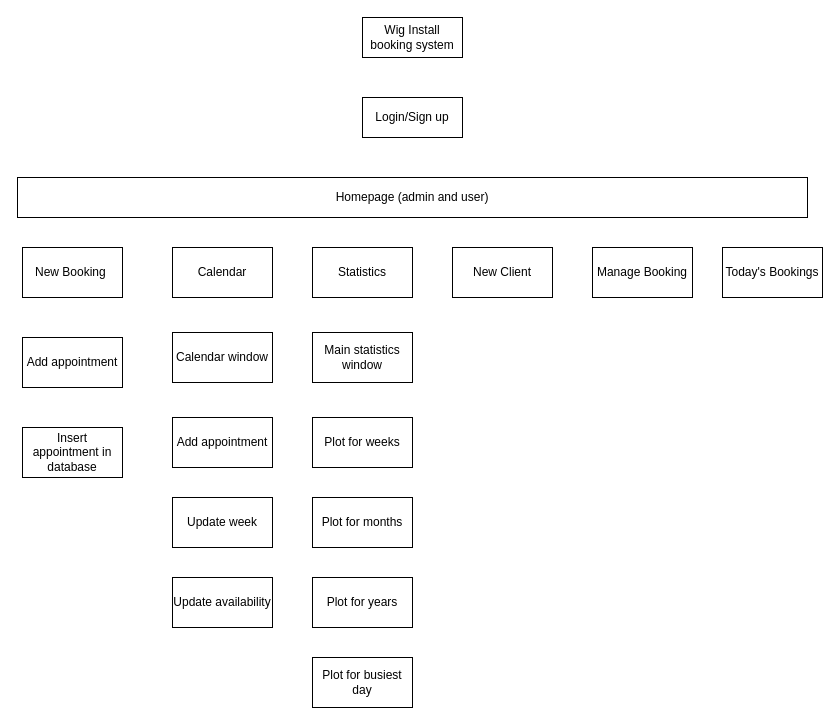
Earlier version of the draw.io diagram statediagram.drawio (B34427/ComputingProject). Source tidied: cells renumbered, new cells numbered last; positions are measured from the earlier drawing's top-left corner, leaving out a move shared by most shapes. Both pictures are drawn from the tidied source at 100%, with x=0, y=0 at pixel (17, 17).
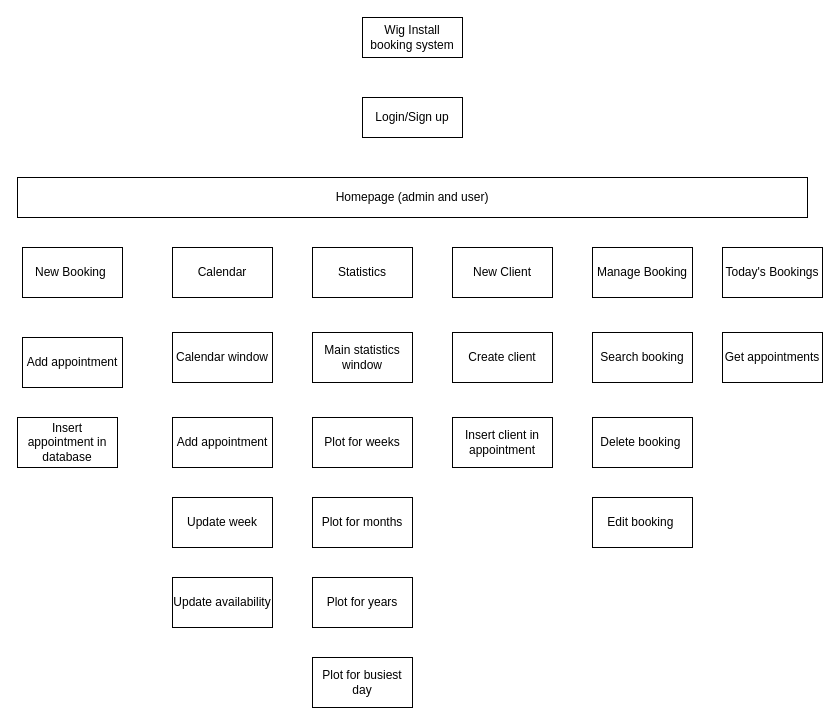
After the change.

Change to the diagram source:
```diff
@@
     <mxCell id="11" value="Insert appointment in database" style="rounded=0;whiteSpace=wrap;html=1;" parent="1" vertex="1">
-      <mxGeometry x="5" y="410" width="100" height="50" as="geometry" />
+      <mxGeometry y="400" width="100" height="50" as="geometry" />
     </mxCell>
@@
+    <mxCell id="22" value="Insert client in appointment" style="rounded=0;whiteSpace=wrap;html=1;" parent="1" vertex="1">
+      <mxGeometry x="435" y="400" width="100" height="50" as="geometry" />
+    </mxCell>
+    <mxCell id="23" value="Create client" style="rounded=0;whiteSpace=wrap;html=1;" parent="1" vertex="1">
+      <mxGeometry x="435" y="315" width="100" height="50" as="geometry" />
+    </mxCell>
+    <mxCell id="24" value="Delete booking&amp;nbsp;" style="rounded=0;whiteSpace=wrap;html=1;" parent="1" vertex="1">
+      <mxGeometry x="575" y="400" width="100" height="50" as="geometry" />
+    </mxCell>
+    <mxCell id="25" value="Search booking" style="rounded=0;whiteSpace=wrap;html=1;" parent="1" vertex="1">
+      <mxGeometry x="575" y="315" width="100" height="50" as="geometry" />
+    </mxCell>
+    <mxCell id="26" value="Edit booking&amp;nbsp;" style="rounded=0;whiteSpace=wrap;html=1;" parent="1" vertex="1">
+      <mxGeometry x="575" y="480" width="100" height="50" as="geometry" />
+    </mxCell>
+    <mxCell id="27" value="Get appointments" style="rounded=0;whiteSpace=wrap;html=1;rotation=0;" parent="1" vertex="1">
+      <mxGeometry x="705" y="315" width="100" height="50" as="geometry" />
+    </mxCell>
```
